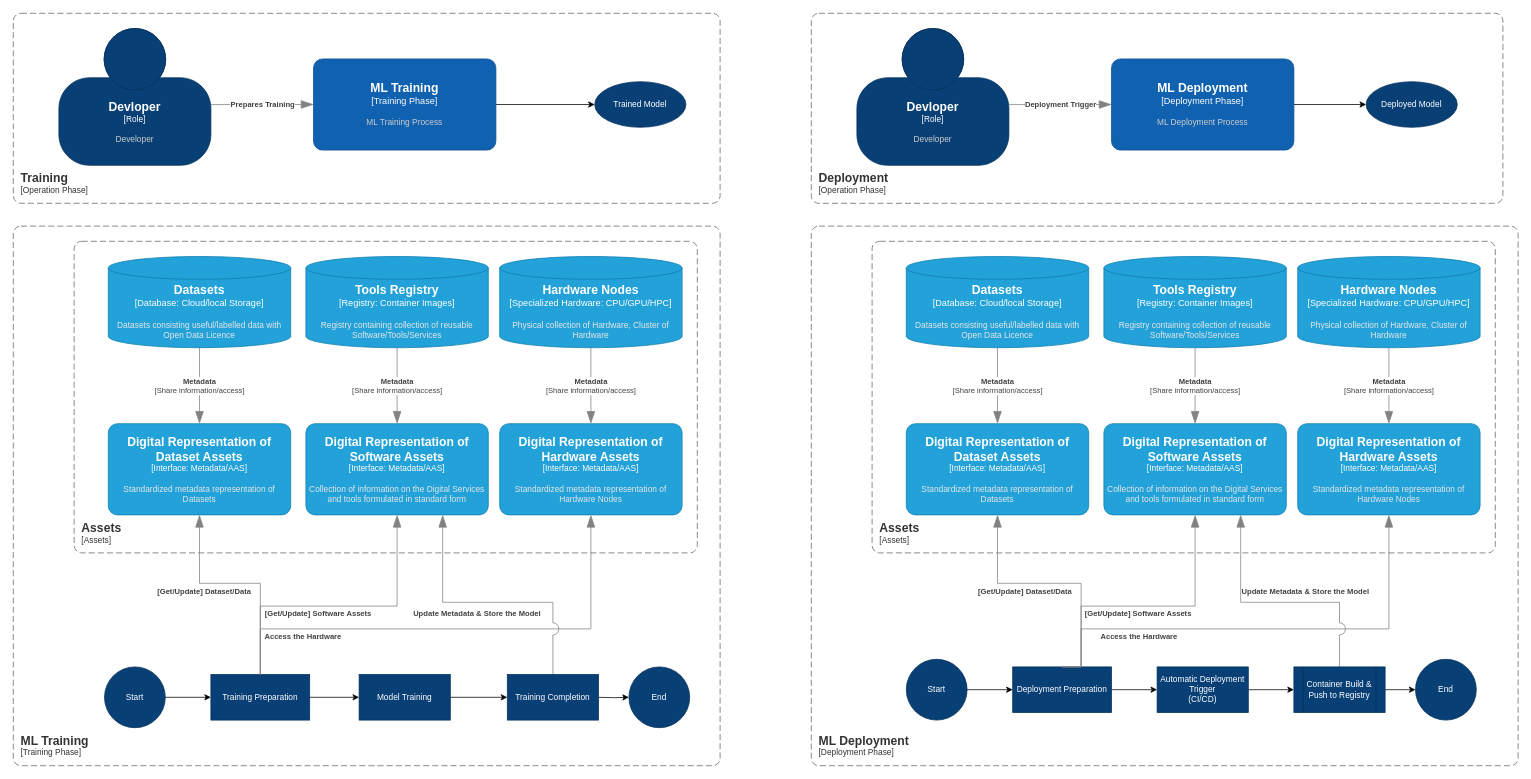
jbantony/drawio keeps this draw.io diagram as ML Workflow.drawio. Above is the earlier version. Source tidied: cells renumbered, new cells numbered last; positions are measured from the earlier drawing's top-left corner, leaving out a move shared by most shapes. Both pictures are drawn from the tidied source at 76%, with x=0, y=0 at pixel (13, 13).
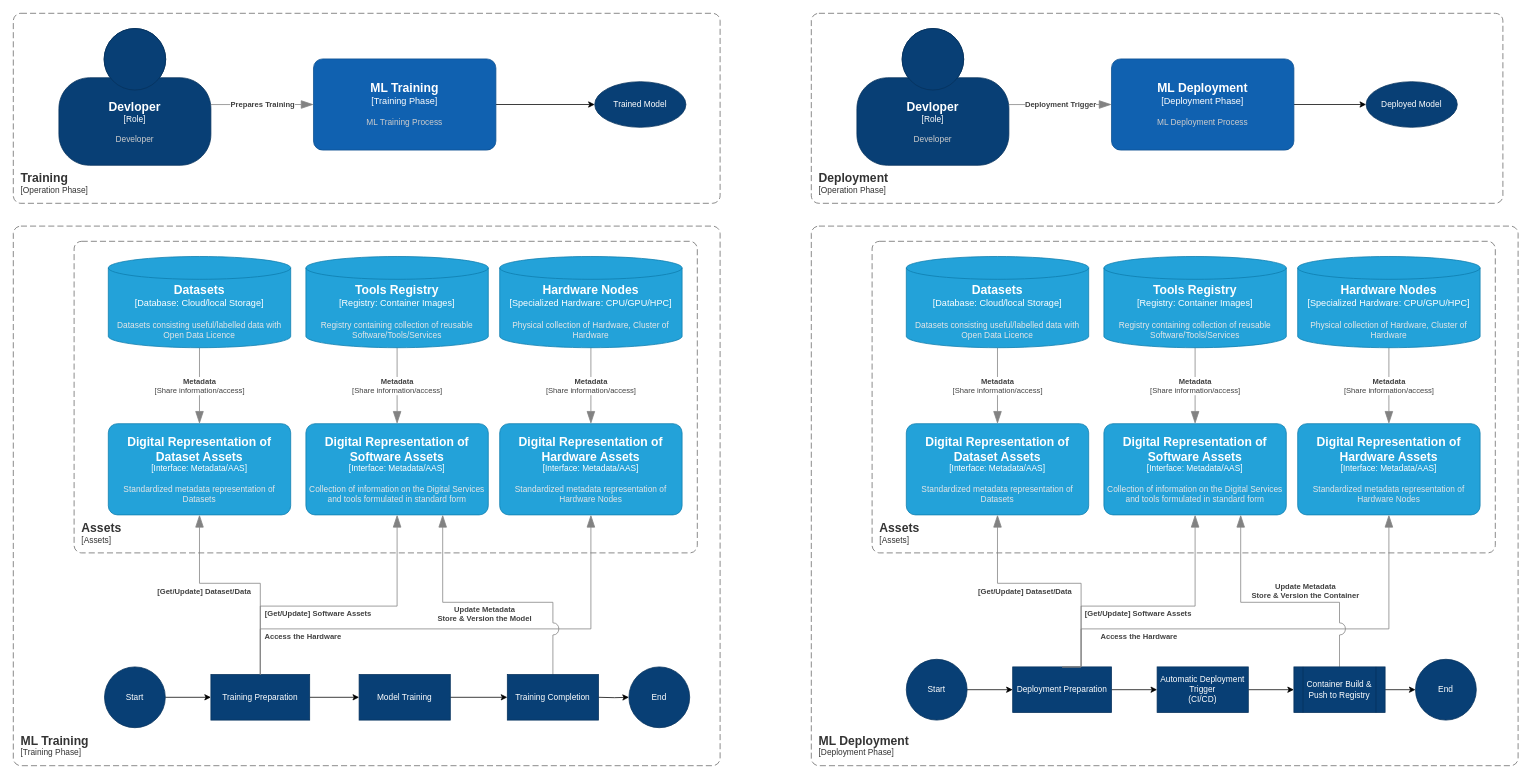
After the change.

Unchanged cells that the change refers to:
```xml
<object id="5" label="&lt;font style=&quot;font-size: 16px&quot;&gt;&lt;b&gt;%c4Name%&lt;/b&gt;&lt;/font&gt;&lt;div&gt;[%c4Type%: %c4Technology%]&lt;/div&gt;&lt;br&gt;&lt;div&gt;&lt;font style=&quot;font-size: 11px&quot;&gt;&lt;font color=&quot;#E6E6E6&quot;&gt;%c4Description%&lt;/font&gt;&lt;/div&gt;" c4Description="Collection of information on the Digital Services and tools formulated in standard form" c4Name="Digital Representation of Software Assets" c4Technology="Metadata/AAS" c4Type="Interface" placeholders="1">
  <mxCell style="rounded=1;whiteSpace=wrap;html=1;fontSize=11;labelBackgroundColor=none;fillColor=#23A2D9;fontColor=#ffffff;align=center;arcSize=10;strokeColor=#0E7DAD;points=[[0.25,0,0],[0.5,0,0],[0.75,0,0],[1,0.25,0],[1,0.5,0],[1,0.75,0],[0.75,1,0],[0.5,1,0],[0.25,1,0],[0,0.75,0],[0,0.5,0],[0,0.25,0]];" parent="1" vertex="1">
    <mxGeometry x="385" y="540" width="240" height="120" as="geometry" />
  </mxCell>
</object>
<object id="38" label="&lt;font style=&quot;font-size: 16px&quot;&gt;&lt;b&gt;%c4Name%&lt;/b&gt;&lt;/font&gt;&lt;div&gt;[%c4Type%: %c4Technology%]&lt;/div&gt;&lt;br&gt;&lt;div&gt;&lt;font style=&quot;font-size: 11px&quot;&gt;&lt;font color=&quot;#E6E6E6&quot;&gt;%c4Description%&lt;/font&gt;&lt;/div&gt;" c4Description="Collection of information on the Digital Services and tools formulated in standard form" c4Name="Digital Representation of Software Assets" c4Technology="Metadata/AAS" c4Type="Interface" placeholders="1">
  <mxCell style="rounded=1;whiteSpace=wrap;html=1;fontSize=11;labelBackgroundColor=none;fillColor=#23A2D9;fontColor=#ffffff;align=center;arcSize=10;strokeColor=#0E7DAD;points=[[0.25,0,0],[0.5,0,0],[0.75,0,0],[1,0.25,0],[1,0.5,0],[1,0.75,0],[0.75,1,0],[0.5,1,0],[0.25,1,0],[0,0.75,0],[0,0.5,0],[0,0.25,0]];" parent="1" vertex="1">
    <mxGeometry x="1435" y="540" width="240" height="120" as="geometry" />
  </mxCell>
</object>
<mxCell id="56" value="Container Build &amp;amp; Push to Registry" style="shape=process;whiteSpace=wrap;html=1;backgroundOutline=1;fontSize=11;fillColor=#083F75;strokeColor=#06315C;fontColor=#ffffff;dashed=0;" parent="1" vertex="1">
  <mxGeometry x="1685" y="860" width="120" height="60" as="geometry" />
</mxCell>
<mxCell id="59" value="Training Completion" style="whiteSpace=wrap;html=1;fontSize=11;fillColor=#083F75;strokeColor=#06315C;fontColor=#ffffff;dashed=0;" parent="1" vertex="1">
  <mxGeometry x="650" y="870" width="120" height="60" as="geometry" />
</mxCell>
```

Change to the diagram source:
```diff
@@
-    <object id="18" label="&lt;div style=&quot;text-align: left&quot;&gt;&lt;div style=&quot;text-align: center&quot;&gt;&lt;b&gt;%c4Description%&lt;/b&gt;&lt;/div&gt;" c4Description="Update Metadata &amp; Store the Model" placeholders="1">
+    <object id="18" label="&lt;div style=&quot;text-align: left&quot;&gt;&lt;div style=&quot;text-align: center&quot;&gt;&lt;b&gt;%c4Description%&lt;/b&gt;&lt;/div&gt;" c4Description="Update Metadata&#10;Store &amp; Version the Model" placeholders="1">
       <mxCell style="endArrow=blockThin;html=1;fontSize=10;fontColor=#404040;strokeWidth=1;endFill=1;strokeColor=#828282;elbow=vertical;endSize=14;startSize=14;jumpStyle=arc;jumpSize=16;rounded=0;edgeStyle=orthogonalEdgeStyle;entryX=0.75;entryY=1;entryDx=0;entryDy=0;entryPerimeter=0;exitX=0.5;exitY=0;exitDx=0;exitDy=0;" parent="1" edge="1" source="59" target="5">
-        <mxGeometry x="0.1" y="15" relative="1" as="geometry">
+        <mxGeometry x="0.04" y="15" relative="1" as="geometry">
           <Array as="points">
             <mxPoint x="710" y="775" />
             <mxPoint x="565" y="775" />
           </Array>
         </mxGeometry>
       </mxCell>
     </object>
@@
-    <object id="48" label="&lt;div style=&quot;text-align: left&quot;&gt;&lt;div style=&quot;text-align: center&quot;&gt;&lt;b&gt;%c4Description%&lt;/b&gt;&lt;/div&gt;" c4Description="Update Metadata &amp; Store the Model" placeholders="1">
+    <object id="48" label="&lt;div style=&quot;text-align: left&quot;&gt;&lt;div style=&quot;text-align: center&quot;&gt;&lt;b&gt;%c4Description%&lt;/b&gt;&lt;/div&gt;" c4Description="Update Metadata &#10;Store &amp; Version the Container" placeholders="1">
       <mxCell style="endArrow=blockThin;html=1;fontSize=10;fontColor=#404040;strokeWidth=1;endFill=1;strokeColor=#828282;elbow=vertical;endSize=14;startSize=14;jumpStyle=arc;jumpSize=16;rounded=0;edgeStyle=orthogonalEdgeStyle;entryX=0.75;entryY=1;entryDx=0;entryDy=0;entryPerimeter=0;exitX=0.5;exitY=0;exitDx=0;exitDy=0;" parent="1" edge="1" source="56" target="38">
         <mxGeometry x="-0.21" y="-15" relative="1" as="geometry">
           <Array as="points">
             <mxPoint x="1745" y="775" />
             <mxPoint x="1615" y="775" />
           </Array>
         </mxGeometry>
       </mxCell>
     </object>
```
